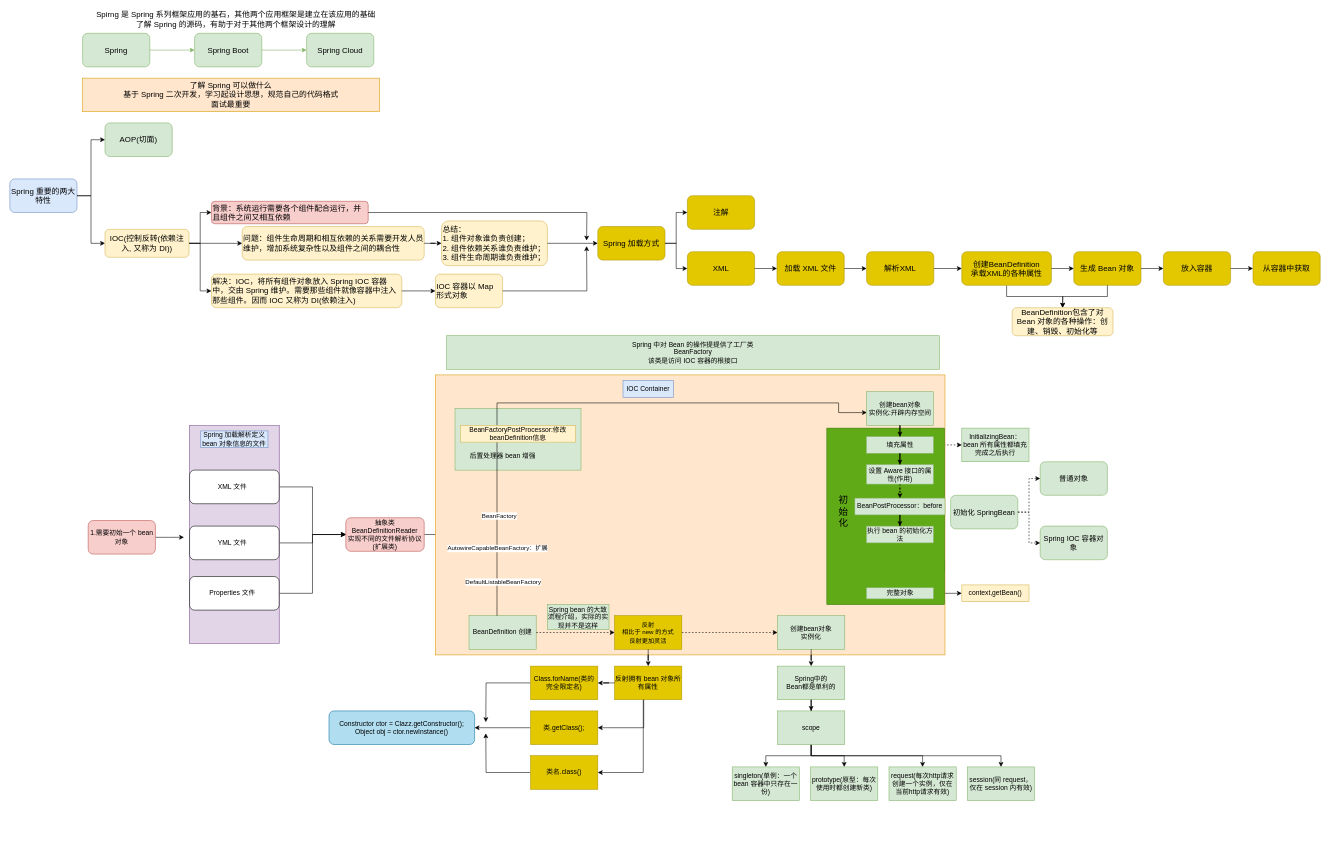
Before: utilsdemo/src/main/resources/FlowDiagram/Spring-IOC.drawio in an-1024/WorkUtil, a draw.io diagram. Source tidied: cells renumbered, new cells numbered last; positions are measured from the earlier drawing's top-left corner, leaving out a move shared by most shapes. Both pictures are drawn from the tidied source at 56%, with x=0, y=0 at pixel (10, 11).
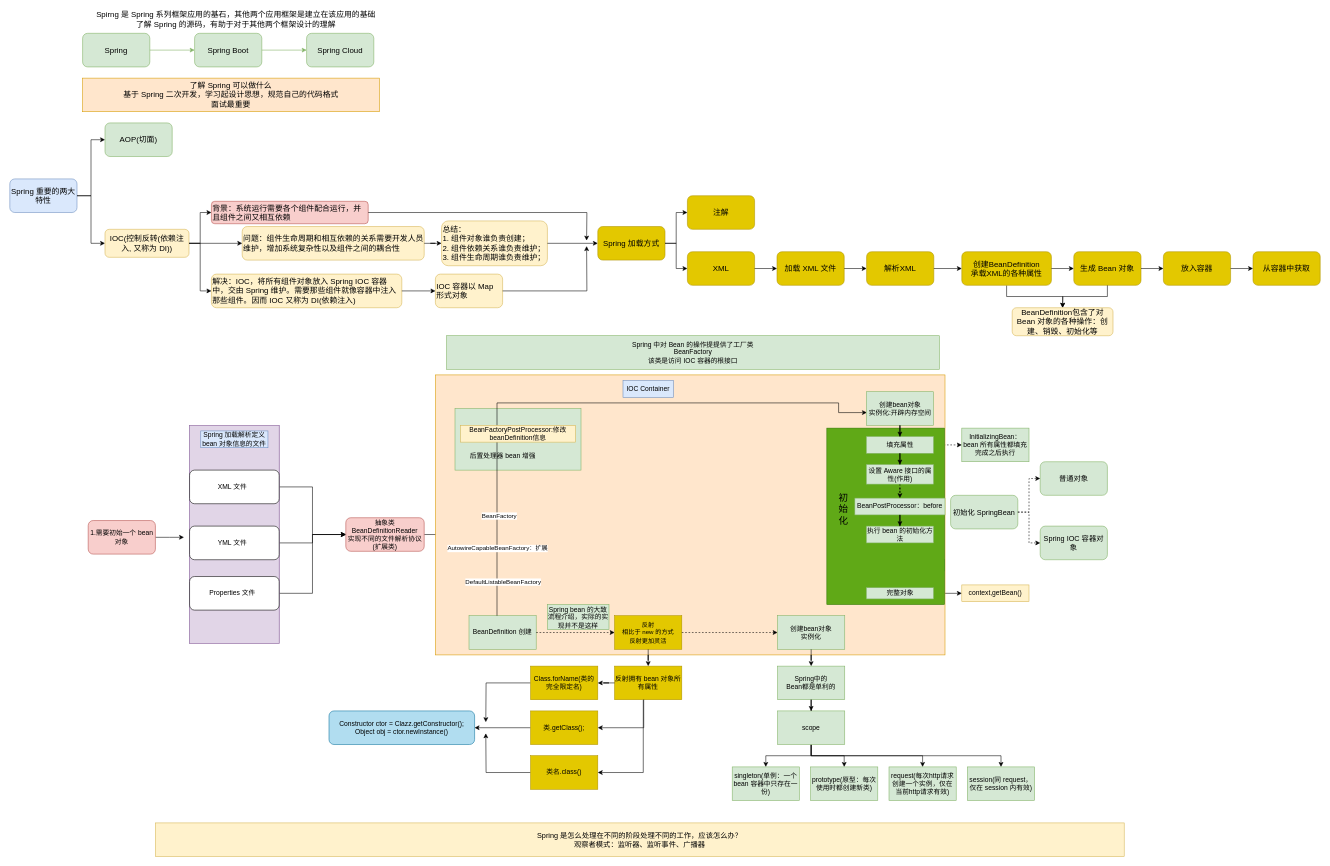
The same diagram, later.

Diff of the diagram source:
```diff
@@
     <mxCell id="124" value="初&lt;br style=&quot;font-size: 17px;&quot;&gt;始&lt;br style=&quot;font-size: 17px;&quot;&gt;化" style="text;html=1;strokeColor=none;fillColor=none;align=center;verticalAlign=middle;whiteSpace=wrap;rounded=0;fontSize=17;" parent="1" vertex="1">
-      <mxGeometry x="1459" y="790" width="60" height="210" as="geometry" />
+      <mxGeometry x="1459" y="780" width="60" height="220" as="geometry" />
     </mxCell>
+    <mxCell id="125" value="Spring 是怎么处理在不同的阶段处理不同的工作，应该怎么办？&lt;br&gt;观察者模式：监听器、监听事件、广播器" style="rounded=0;whiteSpace=wrap;html=1;fontSize=13;fillColor=#fff2cc;strokeColor=#d6b656;" parent="1" vertex="1">
+      <mxGeometry x="260" y="1450" width="1730" height="60" as="geometry" />
+    </mxCell>
```
